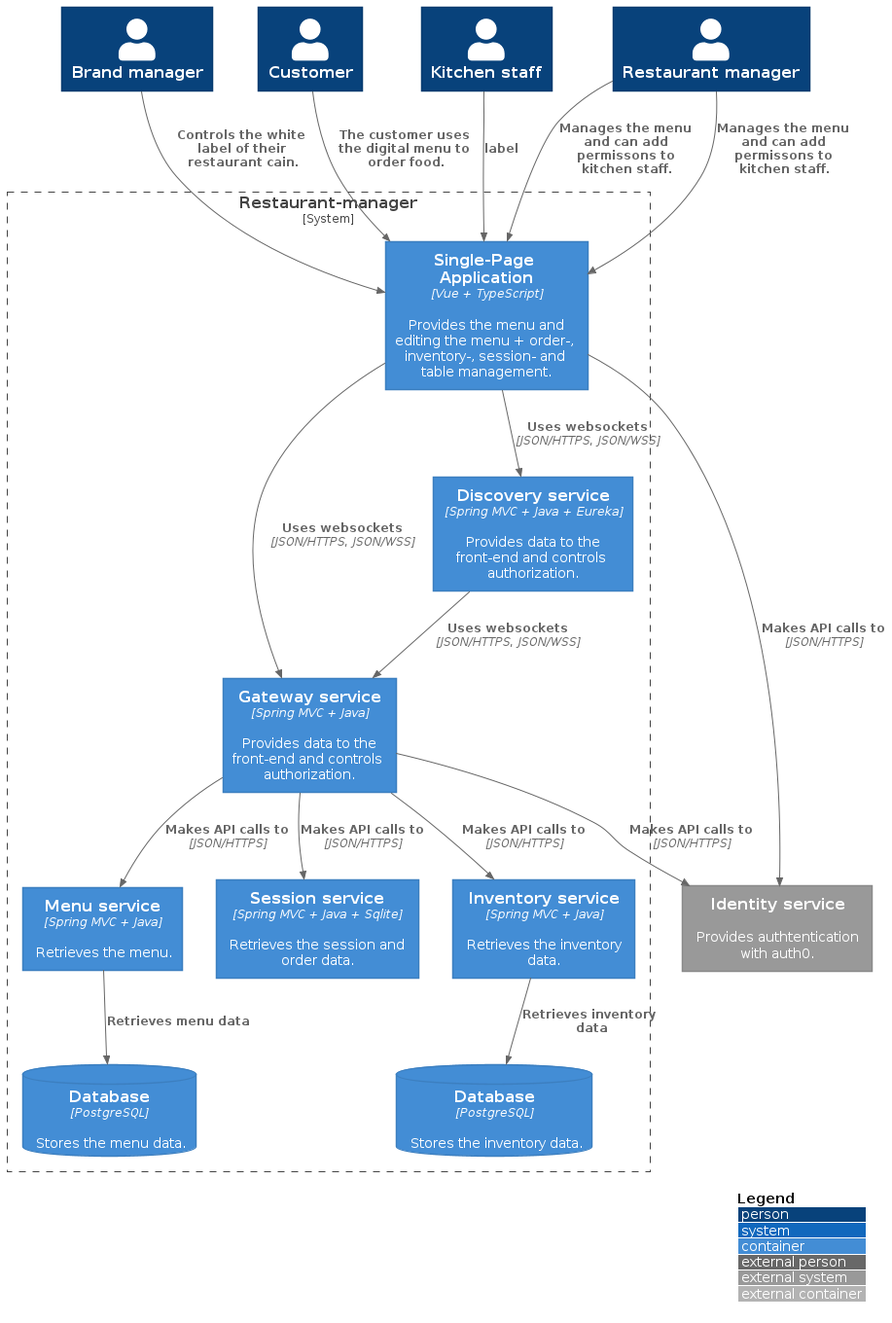
Before: out/diagrams/container/C4_Elements.png, a diagram exported from PlantUML (FHICT-Owen/S3-GPS-DOCS). Its diagram source:
```plantuml
@startuml C4_Elements
!include https://raw.githubusercontent.com/plantuml-stdlib/C4-PlantUML/master/C4_Container.puml

LAYOUT_WITH_LEGEND()

Person(brand, "Brand manager")
Person(customer, "Customer")
Person(staff, "Kitchen staff")
Person(manager, "Restaurant manager")

System_Ext(identity, "Identity service", "Provides authtentication with auth0.")

System_Boundary(boundry, "Restaurant-manager"){
	Container(spa, "Single-Page Application", "Vue + TypeScript", "Provides the menu and editing the menu + order-, inventory-, session- and table management.")

	Container(gateway, "Gateway service", "Spring MVC + Java", "Provides data to the front-end and controls authorization.")
	Container(discovery, "Discovery service", "Spring MVC + Java + Eureka", "Provides data to the front-end and controls authorization.")

	Container(menu_service, "Menu service", "Spring MVC + Java", "Retrieves the menu.")
	Container(session_service, "Session service", "Spring MVC + Java + Sqlite", "Retrieves the session and order data.")
	Container(inventory_service, "Inventory service", "Spring MVC + Java", "Retrieves the inventory data.")

	ContainerDb(menu_db, "Database", "PostgreSQL", "Stores the menu data.")
	ContainerDb(inventory_db, "Database", "PostgreSQL", "Stores the inventory data.")
}

Rel(customer, spa, "The customer uses the digital menu to order food.")
Rel(staff, spa, "label")
Rel(manager, spa, "Manages the menu and can add permissons to kitchen staff.")
Rel(manager, spa, "Manages the menu and can add permissons to kitchen staff.")
Rel(brand, spa, "Controls the white label of their restaurant cain.")

Rel(spa, gateway, "Uses websockets", "JSON/HTTPS, JSON/WSS")
Rel(spa, discovery, "Uses websockets", "JSON/HTTPS, JSON/WSS")

Rel(spa, identity, "Makes API calls to", "JSON/HTTPS")
Rel(gateway, identity, "Makes API calls to", "JSON/HTTPS")

Rel(discovery, gateway, "Uses websockets", "JSON/HTTPS, JSON/WSS")

Rel(gateway, menu_service, "Makes API calls to", "JSON/HTTPS")
Rel(gateway, session_service, "Makes API calls to", "JSON/HTTPS")
Rel(gateway, inventory_service, "Makes API calls to", "JSON/HTTPS")

Rel(menu_service, menu_db, "Retrieves menu data")
Rel(inventory_service, inventory_db, "Retrieves inventory data")

@enduml
```
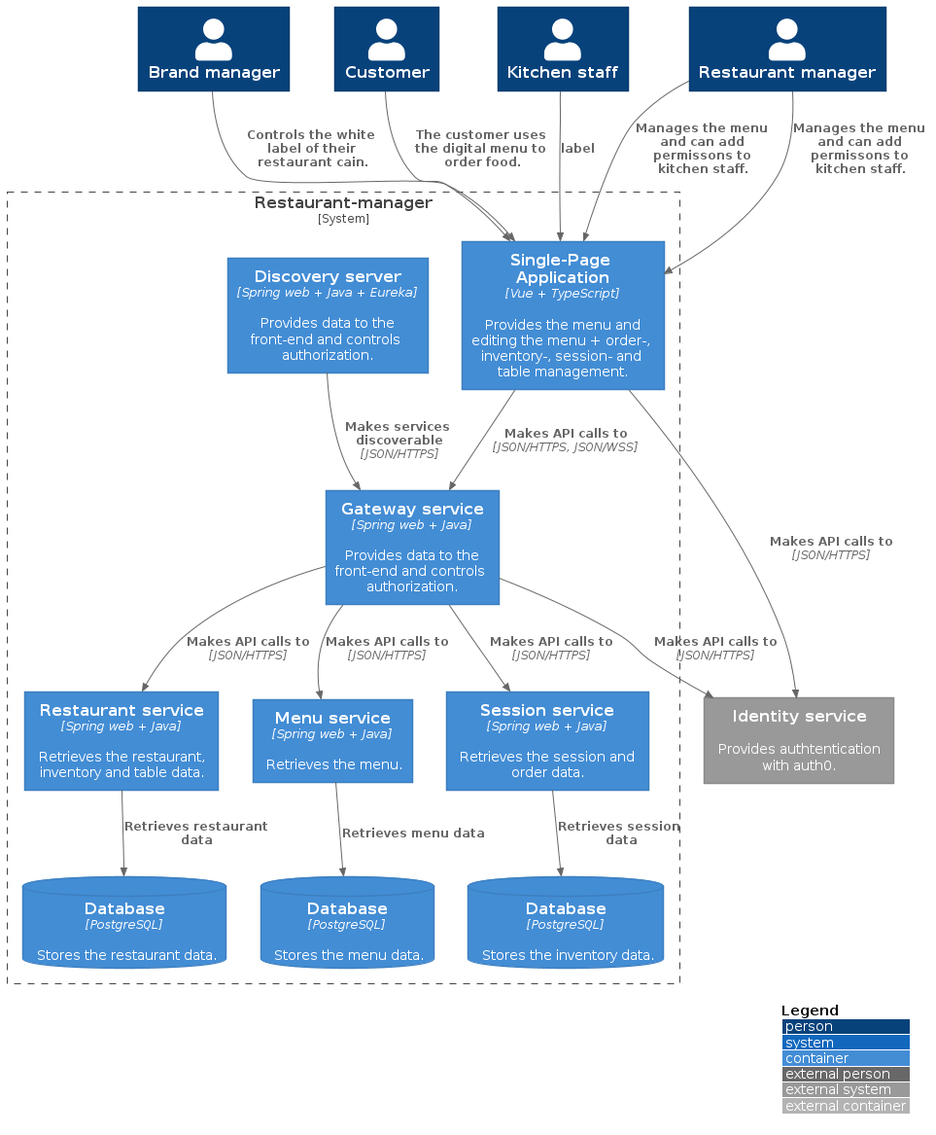
The same file after the commit.

Change to the diagram source:
```diff
@@ -13,15 +13,16 @@
 System_Boundary(boundry, "Restaurant-manager"){
 	Container(spa, "Single-Page Application", "Vue + TypeScript", "Provides the menu and editing the menu + order-, inventory-, session- and table management.")
 
-	Container(gateway, "Gateway service", "Spring MVC + Java", "Provides data to the front-end and controls authorization.")
-	Container(discovery, "Discovery service", "Spring MVC + Java + Eureka", "Provides data to the front-end and controls authorization.")
+	Container(discovery, "Discovery server", "Spring web + Java + Eureka", "Provides data to the front-end and controls authorization.")
+	Container(gateway, "Gateway service", "Spring web + Java", "Provides data to the front-end and controls authorization.")
 
-	Container(menu_service, "Menu service", "Spring MVC + Java", "Retrieves the menu.")
-	Container(session_service, "Session service", "Spring MVC + Java + Sqlite", "Retrieves the session and order data.")
-	Container(inventory_service, "Inventory service", "Spring MVC + Java", "Retrieves the inventory data.")
+	Container(restaurant_service, "Restaurant service", "Spring web + Java", "Retrieves the restaurant, inventory and table data.")
+	Container(menu_service, "Menu service", "Spring web + Java", "Retrieves the menu.")
+	Container(session_service, "Session service", "Spring web + Java", "Retrieves the session and order data.")
 
+	ContainerDb(restaurant_db, "Database", "PostgreSQL", "Stores the restaurant data.")
 	ContainerDb(menu_db, "Database", "PostgreSQL", "Stores the menu data.")
-	ContainerDb(inventory_db, "Database", "PostgreSQL", "Stores the inventory data.")
+	ContainerDb(session_db, "Database", "PostgreSQL", "Stores the inventory data.")
 }
 
 Rel(customer, spa, "The customer uses the digital menu to order food.")
@@ -30,19 +31,18 @@
 Rel(manager, spa, "Manages the menu and can add permissons to kitchen staff.")
 Rel(brand, spa, "Controls the white label of their restaurant cain.")
 
-Rel(spa, gateway, "Uses websockets", "JSON/HTTPS, JSON/WSS")
-Rel(spa, discovery, "Uses websockets", "JSON/HTTPS, JSON/WSS")
+Rel(spa, gateway, "Makes API calls to", "JSON/HTTPS, JSON/WSS")
 
 Rel(spa, identity, "Makes API calls to", "JSON/HTTPS")
 Rel(gateway, identity, "Makes API calls to", "JSON/HTTPS")
 
-Rel(discovery, gateway, "Uses websockets", "JSON/HTTPS, JSON/WSS")
+Rel(discovery, gateway, "Makes services discoverable", "JSON/HTTPS")
 
 Rel(gateway, menu_service, "Makes API calls to", "JSON/HTTPS")
 Rel(gateway, session_service, "Makes API calls to", "JSON/HTTPS")
-Rel(gateway, inventory_service, "Makes API calls to", "JSON/HTTPS")
+Rel(gateway, restaurant_service, "Makes API calls to", "JSON/HTTPS")
 
+Rel(restaurant_service, restaurant_db, "Retrieves restaurant data")
 Rel(menu_service, menu_db, "Retrieves menu data")
-Rel(inventory_service, inventory_db, "Retrieves inventory data")
-
+Rel(session_service, session_db, "Retrieves session data")
 @enduml
```
